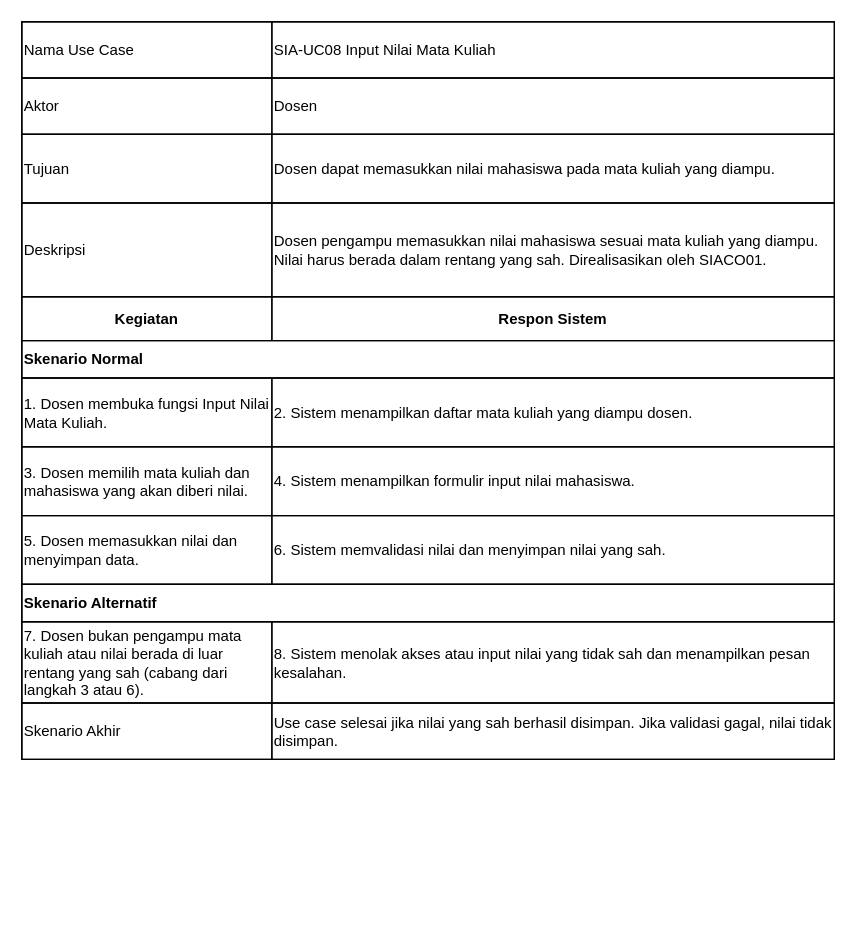
This is page "SIA-UC08" (2 of 7) of 04_model_analisis/P05/SIA/P05_2406016_SIA_skenario_v01.drawio from eqy13/IFRWP5149_2406016_LabAlat, a draw.io file, before an edit. Source tidied: cells renumbered, new cells numbered last; positions are measured from the earlier drawing's top-left corner, leaving out a move shared by most shapes. Both pictures are drawn from the tidied source at 125%, with x=0, y=0 at pixel (21, 21).
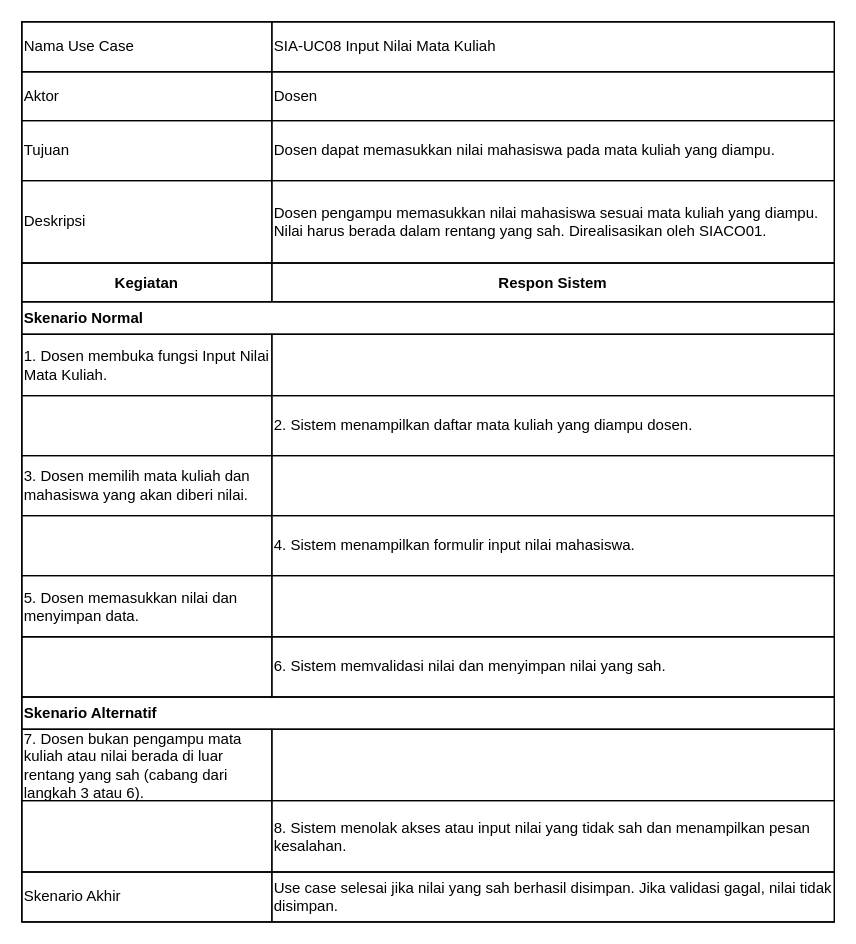
After the change.

The edit, as a diff of the source:
```diff
@@
     <mxCell id="2" style="shape=table;startSize=0;childLayout=tableLayout;fixedHeader=1;tableRender=collapsed;fillColor=none;strokeColor=#000000;" parent="1" vertex="1">
-      <mxGeometry width="650" height="590" as="geometry" />
+      <mxGeometry width="650" height="720" as="geometry" />
     </mxCell>
     <mxCell id="3" style="shape=tableRow;horizontal=0;startSize=0;" parent="2" vertex="1">
-      <mxGeometry width="650" height="45" as="geometry" />
+      <mxGeometry width="650" height="40" as="geometry" />
     </mxCell>
-    <mxCell id="4" value="Nama Use Case" style="shape=partialRectangle;html=1;whiteSpace=wrap;align=left;verticalAlign=middle;fillColor=none;strokeColor=#000000;" parent="3" vertex="1">
-      <mxGeometry width="200" height="45" as="geometry" />
+    <mxCell id="4" value="Nama Use Case" style="shape=partialRectangle;html=1;whiteSpace=wrap;align=left;verticalAlign=middle;fillColor=none;strokeColor=#000000;strokeWidth=1;" parent="3" vertex="1">
+      <mxGeometry width="200" height="40" as="geometry" />
     </mxCell>
-    <mxCell id="5" value="SIA-UC08 Input Nilai Mata Kuliah" style="shape=partialRectangle;html=1;whiteSpace=wrap;align=left;verticalAlign=middle;fillColor=none;strokeColor=#000000;" parent="3" vertex="1">
-      <mxGeometry x="200" width="450" height="45" as="geometry" />
+    <mxCell id="5" value="SIA-UC08 Input Nilai Mata Kuliah" style="shape=partialRectangle;html=1;whiteSpace=wrap;align=left;verticalAlign=middle;fillColor=none;strokeColor=#000000;strokeWidth=1;" parent="3" vertex="1">
+      <mxGeometry x="200" width="450" height="40" as="geometry" />
     </mxCell>
     <mxCell id="6" style="shape=tableRow;horizontal=0;startSize=0;" parent="2" vertex="1">
-      <mxGeometry y="45" width="650" height="45" as="geometry" />
+      <mxGeometry y="40" width="650" height="39" as="geometry" />
     </mxCell>
-    <mxCell id="7" value="Aktor" style="shape=partialRectangle;html=1;whiteSpace=wrap;align=left;verticalAlign=middle;fillColor=none;strokeColor=#000000;" parent="6" vertex="1">
-      <mxGeometry width="200" height="45" as="geometry" />
+    <mxCell id="7" value="Aktor" style="shape=partialRectangle;html=1;whiteSpace=wrap;align=left;verticalAlign=middle;fillColor=none;strokeColor=#000000;strokeWidth=1;" parent="6" vertex="1">
+      <mxGeometry width="200" height="39" as="geometry" />
     </mxCell>
-    <mxCell id="8" value="Dosen" style="shape=partialRectangle;html=1;whiteSpace=wrap;align=left;verticalAlign=middle;fillColor=none;strokeColor=#000000;" parent="6" vertex="1">
-      <mxGeometry x="200" width="450" height="45" as="geometry" />
+    <mxCell id="8" value="Dosen" style="shape=partialRectangle;html=1;whiteSpace=wrap;align=left;verticalAlign=middle;fillColor=none;strokeColor=#000000;strokeWidth=1;" parent="6" vertex="1">
+      <mxGeometry x="200" width="450" height="39" as="geometry" />
     </mxCell>
     <mxCell id="9" style="shape=tableRow;horizontal=0;startSize=0;" parent="2" vertex="1">
-      <mxGeometry y="90" width="650" height="55" as="geometry" />
+      <mxGeometry y="79" width="650" height="48" as="geometry" />
     </mxCell>
-    <mxCell id="10" value="Tujuan" style="shape=partialRectangle;html=1;whiteSpace=wrap;align=left;verticalAlign=middle;fillColor=none;strokeColor=#000000;" parent="9" vertex="1">
-      <mxGeometry width="200" height="55" as="geometry" />
+    <mxCell id="10" value="Tujuan" style="shape=partialRectangle;html=1;whiteSpace=wrap;align=left;verticalAlign=middle;fillColor=none;strokeColor=#000000;strokeWidth=1;" parent="9" vertex="1">
+      <mxGeometry width="200" height="48" as="geometry" />
     </mxCell>
-    <mxCell id="11" value="Dosen dapat memasukkan nilai mahasiswa pada mata kuliah yang diampu." style="shape=partialRectangle;html=1;whiteSpace=wrap;align=left;verticalAlign=middle;fillColor=none;strokeColor=#000000;" parent="9" vertex="1">
-      <mxGeometry x="200" width="450" height="55" as="geometry" />
+    <mxCell id="11" value="Dosen dapat memasukkan nilai mahasiswa pada mata kuliah yang diampu." style="shape=partialRectangle;html=1;whiteSpace=wrap;align=left;verticalAlign=middle;fillColor=none;strokeColor=#000000;strokeWidth=1;" parent="9" vertex="1">
+      <mxGeometry x="200" width="450" height="48" as="geometry" />
     </mxCell>
     <mxCell id="12" style="shape=tableRow;horizontal=0;startSize=0;" parent="2" vertex="1">
-      <mxGeometry y="145" width="650" height="75" as="geometry" />
+      <mxGeometry y="127" width="650" height="66" as="geometry" />
     </mxCell>
-    <mxCell id="13" value="Deskripsi" style="shape=partialRectangle;html=1;whiteSpace=wrap;align=left;verticalAlign=middle;fillColor=none;strokeColor=#000000;" parent="12" vertex="1">
-      <mxGeometry width="200" height="75" as="geometry" />
+    <mxCell id="13" value="Deskripsi" style="shape=partialRectangle;html=1;whiteSpace=wrap;align=left;verticalAlign=middle;fillColor=none;strokeColor=#000000;strokeWidth=1;" parent="12" vertex="1">
+      <mxGeometry width="200" height="66" as="geometry" />
     </mxCell>
-    <mxCell id="14" value="Dosen pengampu memasukkan nilai mahasiswa sesuai mata kuliah yang diampu. Nilai harus berada dalam rentang yang sah. Direalisasikan oleh SIACO01." style="shape=partialRectangle;html=1;whiteSpace=wrap;align=left;verticalAlign=middle;fillColor=none;strokeColor=#000000;" parent="12" vertex="1">
-      <mxGeometry x="200" width="450" height="75" as="geometry" />
+    <mxCell id="14" value="Dosen pengampu memasukkan nilai mahasiswa sesuai mata kuliah yang diampu. Nilai harus berada dalam rentang yang sah. Direalisasikan oleh SIACO01." style="shape=partialRectangle;html=1;whiteSpace=wrap;align=left;verticalAlign=middle;fillColor=none;strokeColor=#000000;strokeWidth=1;" parent="12" vertex="1">
+      <mxGeometry x="200" width="450" height="66" as="geometry" />
     </mxCell>
     <mxCell id="15" style="shape=tableRow;horizontal=0;startSize=0;" parent="2" vertex="1">
-      <mxGeometry y="220" width="650" height="35" as="geometry" />
+      <mxGeometry y="193" width="650" height="31" as="geometry" />
     </mxCell>
-    <mxCell id="16" value="Kegiatan" style="shape=partialRectangle;html=1;whiteSpace=wrap;align=center;verticalAlign=middle;fontStyle=1;fillColor=none;strokeColor=#000000;" parent="15" vertex="1">
-      <mxGeometry width="200" height="35" as="geometry" />
+    <mxCell id="16" value="Kegiatan" style="shape=partialRectangle;html=1;whiteSpace=wrap;align=center;verticalAlign=middle;fontStyle=1;fillColor=none;strokeColor=#000000;strokeWidth=1;" parent="15" vertex="1">
+      <mxGeometry width="200" height="31" as="geometry" />
     </mxCell>
-    <mxCell id="17" value="Respon Sistem" style="shape=partialRectangle;html=1;whiteSpace=wrap;align=center;verticalAlign=middle;fontStyle=1;fillColor=none;strokeColor=#000000;" parent="15" vertex="1">
-      <mxGeometry x="200" width="450" height="35" as="geometry" />
+    <mxCell id="17" value="Respon Sistem" style="shape=partialRectangle;html=1;whiteSpace=wrap;align=center;verticalAlign=middle;fontStyle=1;fillColor=none;strokeColor=#000000;strokeWidth=1;" parent="15" vertex="1">
+      <mxGeometry x="200" width="450" height="31" as="geometry" />
     </mxCell>
     <mxCell id="18" style="shape=tableRow;horizontal=0;startSize=0;" parent="2" vertex="1">
-      <mxGeometry y="255" width="650" height="30" as="geometry" />
+      <mxGeometry y="224" width="650" height="26" as="geometry" />
     </mxCell>
-    <mxCell id="19" value="Skenario Normal" style="shape=partialRectangle;html=1;whiteSpace=wrap;align=left;verticalAlign=middle;fontStyle=1;fillColor=none;strokeColor=#000000;" parent="18" vertex="1">
-      <mxGeometry width="650" height="30" as="geometry" />
+    <mxCell id="19" value="Skenario Normal" style="shape=partialRectangle;html=1;whiteSpace=wrap;align=left;verticalAlign=middle;fontStyle=1;fillColor=none;strokeColor=#000000;strokeWidth=1;" parent="18" vertex="1">
+      <mxGeometry width="650" height="26" as="geometry" />
     </mxCell>
     <mxCell id="20" style="shape=tableRow;horizontal=0;startSize=0;" parent="2" vertex="1">
-      <mxGeometry y="285" width="650" height="55" as="geometry" />
+      <mxGeometry y="250" width="650" height="49" as="geometry" />
     </mxCell>
-    <mxCell id="21" value="1. Dosen membuka fungsi Input Nilai Mata Kuliah." style="shape=partialRectangle;html=1;whiteSpace=wrap;align=left;verticalAlign=middle;fillColor=none;strokeColor=#000000;" parent="20" vertex="1">
-      <mxGeometry width="200" height="55" as="geometry" />
+    <mxCell id="21" value="1. Dosen membuka fungsi Input Nilai Mata Kuliah." style="shape=partialRectangle;html=1;whiteSpace=wrap;align=left;verticalAlign=middle;fillColor=none;strokeColor=#000000;strokeWidth=1;" parent="20" vertex="1">
+      <mxGeometry width="200" height="49" as="geometry" />
     </mxCell>
-    <mxCell id="22" value="2. Sistem menampilkan daftar mata kuliah yang diampu dosen." style="shape=partialRectangle;html=1;whiteSpace=wrap;align=left;verticalAlign=middle;fillColor=none;strokeColor=#000000;" parent="20" vertex="1">
-      <mxGeometry x="200" width="450" height="55" as="geometry" />
+    <mxCell id="22" style="shape=partialRectangle;html=1;whiteSpace=wrap;align=left;verticalAlign=middle;fillColor=none;strokeColor=#000000;strokeWidth=1;" parent="20" vertex="1">
+      <mxGeometry x="200" width="450" height="49" as="geometry" />
     </mxCell>
     <mxCell id="23" style="shape=tableRow;horizontal=0;startSize=0;" parent="2" vertex="1">
-      <mxGeometry y="340" width="650" height="55" as="geometry" />
+      <mxGeometry y="299" width="650" height="48" as="geometry" />
     </mxCell>
-    <mxCell id="24" value="3. Dosen memilih mata kuliah dan mahasiswa yang akan diberi nilai." style="shape=partialRectangle;html=1;whiteSpace=wrap;align=left;verticalAlign=middle;fillColor=none;strokeColor=#000000;" parent="23" vertex="1">
-      <mxGeometry width="200" height="55" as="geometry" />
+    <mxCell id="24" style="shape=partialRectangle;html=1;whiteSpace=wrap;align=left;verticalAlign=middle;fillColor=none;strokeColor=#000000;strokeWidth=1;" parent="23" vertex="1">
+      <mxGeometry width="200" height="48" as="geometry" />
     </mxCell>
-    <mxCell id="25" value="4. Sistem menampilkan formulir input nilai mahasiswa." style="shape=partialRectangle;html=1;whiteSpace=wrap;align=left;verticalAlign=middle;fillColor=none;strokeColor=#000000;" parent="23" vertex="1">
-      <mxGeometry x="200" width="450" height="55" as="geometry" />
+    <mxCell id="25" value="2. Sistem menampilkan daftar mata kuliah yang diampu dosen." style="shape=partialRectangle;html=1;whiteSpace=wrap;align=left;verticalAlign=middle;fillColor=none;strokeColor=#000000;strokeWidth=1;" parent="23" vertex="1">
+      <mxGeometry x="200" width="450" height="48" as="geometry" />
     </mxCell>
     <mxCell id="26" style="shape=tableRow;horizontal=0;startSize=0;" parent="2" vertex="1">
-      <mxGeometry y="395" width="650" height="55" as="geometry" />
+      <mxGeometry y="347" width="650" height="48" as="geometry" />
     </mxCell>
-    <mxCell id="27" value="5. Dosen memasukkan nilai dan menyimpan data." style="shape=partialRectangle;html=1;whiteSpace=wrap;align=left;verticalAlign=middle;fillColor=none;strokeColor=#000000;" parent="26" vertex="1">
-      <mxGeometry width="200" height="55" as="geometry" />
+    <mxCell id="27" value="3. Dosen memilih mata kuliah dan mahasiswa yang akan diberi nilai." style="shape=partialRectangle;html=1;whiteSpace=wrap;align=left;verticalAlign=middle;fillColor=none;strokeColor=#000000;strokeWidth=1;" parent="26" vertex="1">
+      <mxGeometry width="200" height="48" as="geometry" />
     </mxCell>
-    <mxCell id="28" value="6. Sistem memvalidasi nilai dan menyimpan nilai yang sah." style="shape=partialRectangle;html=1;whiteSpace=wrap;align=left;verticalAlign=middle;fillColor=none;strokeColor=#000000;" parent="26" vertex="1">
-      <mxGeometry x="200" width="450" height="55" as="geometry" />
+    <mxCell id="28" style="shape=partialRectangle;html=1;whiteSpace=wrap;align=left;verticalAlign=middle;fillColor=none;strokeColor=#000000;strokeWidth=1;" parent="26" vertex="1">
+      <mxGeometry x="200" width="450" height="48" as="geometry" />
     </mxCell>
     <mxCell id="29" style="shape=tableRow;horizontal=0;startSize=0;" parent="2" vertex="1">
-      <mxGeometry y="450" width="650" height="30" as="geometry" />
+      <mxGeometry y="540" width="650" height="26" as="geometry" />
     </mxCell>
-    <mxCell id="30" value="Skenario Alternatif" style="shape=partialRectangle;html=1;whiteSpace=wrap;align=left;verticalAlign=middle;fontStyle=1;fillColor=none;strokeColor=#000000;" parent="29" vertex="1">
-      <mxGeometry width="650" height="30" as="geometry" />
+    <mxCell id="30" value="Skenario Alternatif" style="shape=partialRectangle;html=1;whiteSpace=wrap;align=left;verticalAlign=middle;fontStyle=1;fillColor=none;strokeColor=#000000;strokeWidth=1;" parent="29" vertex="1">
+      <mxGeometry width="650" height="26" as="geometry" />
     </mxCell>
     <mxCell id="31" style="shape=tableRow;horizontal=0;startSize=0;" parent="2" vertex="1">
-      <mxGeometry y="480" width="650" height="65" as="geometry" />
+      <mxGeometry y="566" width="650" height="57" as="geometry" />
     </mxCell>
-    <mxCell id="32" value="7. Dosen bukan pengampu mata kuliah atau nilai berada di luar rentang yang sah (cabang dari langkah 3 atau 6)." style="shape=partialRectangle;html=1;whiteSpace=wrap;align=left;verticalAlign=middle;fillColor=none;strokeColor=#000000;" parent="31" vertex="1">
-      <mxGeometry width="200" height="65" as="geometry" />
+    <mxCell id="32" value="7. Dosen bukan pengampu mata kuliah atau nilai berada di luar rentang yang sah (cabang dari langkah 3 atau 6)." style="shape=partialRectangle;html=1;whiteSpace=wrap;align=left;verticalAlign=middle;fillColor=none;strokeColor=#000000;strokeWidth=1;" parent="31" vertex="1">
+      <mxGeometry width="200" height="57" as="geometry" />
     </mxCell>
-    <mxCell id="33" value="8. Sistem menolak akses atau input nilai yang tidak sah dan menampilkan pesan kesalahan." style="shape=partialRectangle;html=1;whiteSpace=wrap;align=left;verticalAlign=middle;fillColor=none;strokeColor=#000000;" parent="31" vertex="1">
-      <mxGeometry x="200" width="450" height="65" as="geometry" />
+    <mxCell id="33" style="shape=partialRectangle;html=1;whiteSpace=wrap;align=left;verticalAlign=middle;fillColor=none;strokeColor=#000000;strokeWidth=1;" parent="31" vertex="1">
+      <mxGeometry x="200" width="450" height="57" as="geometry" />
     </mxCell>
     <mxCell id="34" style="shape=tableRow;horizontal=0;startSize=0;" parent="2" vertex="1">
-      <mxGeometry y="545" width="650" height="45" as="geometry" />
+      <mxGeometry y="680" width="650" height="40" as="geometry" />
     </mxCell>
-    <mxCell id="35" value="Skenario Akhir" style="shape=partialRectangle;html=1;whiteSpace=wrap;align=left;verticalAlign=middle;fillColor=none;strokeColor=#000000;" parent="34" vertex="1">
-      <mxGeometry width="200" height="45" as="geometry" />
+    <mxCell id="35" value="Skenario Akhir" style="shape=partialRectangle;html=1;whiteSpace=wrap;align=left;verticalAlign=middle;fillColor=none;strokeColor=#000000;strokeWidth=1;" parent="34" vertex="1">
+      <mxGeometry width="200" height="40" as="geometry" />
     </mxCell>
-    <mxCell id="36" value="Use case selesai jika nilai yang sah berhasil disimpan. Jika validasi gagal, nilai tidak disimpan." style="shape=partialRectangle;html=1;whiteSpace=wrap;align=left;verticalAlign=middle;fillColor=none;strokeColor=#000000;" parent="34" vertex="1">
-      <mxGeometry x="200" width="450" height="45" as="geometry" />
+    <mxCell id="36" value="Use case selesai jika nilai yang sah berhasil disimpan. Jika validasi gagal, nilai tidak disimpan." style="shape=partialRectangle;html=1;whiteSpace=wrap;align=left;verticalAlign=middle;fillColor=none;strokeColor=#000000;strokeWidth=1;" parent="34" vertex="1">
+      <mxGeometry x="200" width="450" height="40" as="geometry" />
     </mxCell>
+    <mxCell id="37" style="shape=tableRow;horizontal=0;startSize=0;" parent="2" vertex="1">
+      <mxGeometry y="395" width="650" height="48" as="geometry" />
+    </mxCell>
+    <mxCell id="38" style="shape=partialRectangle;html=1;whiteSpace=wrap;align=left;verticalAlign=middle;fillColor=none;strokeColor=#000000;strokeWidth=1;" parent="37" vertex="1">
+      <mxGeometry width="200" height="48" as="geometry" />
+    </mxCell>
+    <mxCell id="39" value="4. Sistem menampilkan formulir input nilai mahasiswa." style="shape=partialRectangle;html=1;whiteSpace=wrap;align=left;verticalAlign=middle;fillColor=none;strokeColor=#000000;strokeWidth=1;" parent="37" vertex="1">
+      <mxGeometry x="200" width="450" height="48" as="geometry" />
+    </mxCell>
+    <mxCell id="40" style="shape=tableRow;horizontal=0;startSize=0;" parent="2" vertex="1">
+      <mxGeometry y="443" width="650" height="49" as="geometry" />
+    </mxCell>
+    <mxCell id="41" value="5. Dosen memasukkan nilai dan menyimpan data." style="shape=partialRectangle;html=1;whiteSpace=wrap;align=left;verticalAlign=middle;fillColor=none;strokeColor=#000000;strokeWidth=1;" parent="40" vertex="1">
+      <mxGeometry width="200" height="49" as="geometry" />
+    </mxCell>
+    <mxCell id="42" style="shape=partialRectangle;html=1;whiteSpace=wrap;align=left;verticalAlign=middle;fillColor=none;strokeColor=#000000;strokeWidth=1;" parent="40" vertex="1">
+      <mxGeometry x="200" width="450" height="49" as="geometry" />
+    </mxCell>
+    <mxCell id="43" style="shape=tableRow;horizontal=0;startSize=0;" parent="2" vertex="1">
+      <mxGeometry y="492" width="650" height="48" as="geometry" />
+    </mxCell>
+    <mxCell id="44" style="shape=partialRectangle;html=1;whiteSpace=wrap;align=left;verticalAlign=middle;fillColor=none;strokeColor=#000000;strokeWidth=1;" parent="43" vertex="1">
+      <mxGeometry width="200" height="48" as="geometry" />
+    </mxCell>
+    <mxCell id="45" value="6. Sistem memvalidasi nilai dan menyimpan nilai yang sah." style="shape=partialRectangle;html=1;whiteSpace=wrap;align=left;verticalAlign=middle;fillColor=none;strokeColor=#000000;strokeWidth=1;" parent="43" vertex="1">
+      <mxGeometry x="200" width="450" height="48" as="geometry" />
+    </mxCell>
+    <mxCell id="46" style="shape=tableRow;horizontal=0;startSize=0;" parent="2" vertex="1">
+      <mxGeometry y="623" width="650" height="57" as="geometry" />
+    </mxCell>
+    <mxCell id="47" style="shape=partialRectangle;html=1;whiteSpace=wrap;align=left;verticalAlign=middle;fillColor=none;strokeColor=#000000;strokeWidth=1;" parent="46" vertex="1">
+      <mxGeometry width="200" height="57" as="geometry" />
+    </mxCell>
+    <mxCell id="48" value="8. Sistem menolak akses atau input nilai yang tidak sah dan menampilkan pesan kesalahan." style="shape=partialRectangle;html=1;whiteSpace=wrap;align=left;verticalAlign=middle;fillColor=none;strokeColor=#000000;strokeWidth=1;" parent="46" vertex="1">
+      <mxGeometry x="200" width="450" height="57" as="geometry" />
+    </mxCell>
```
